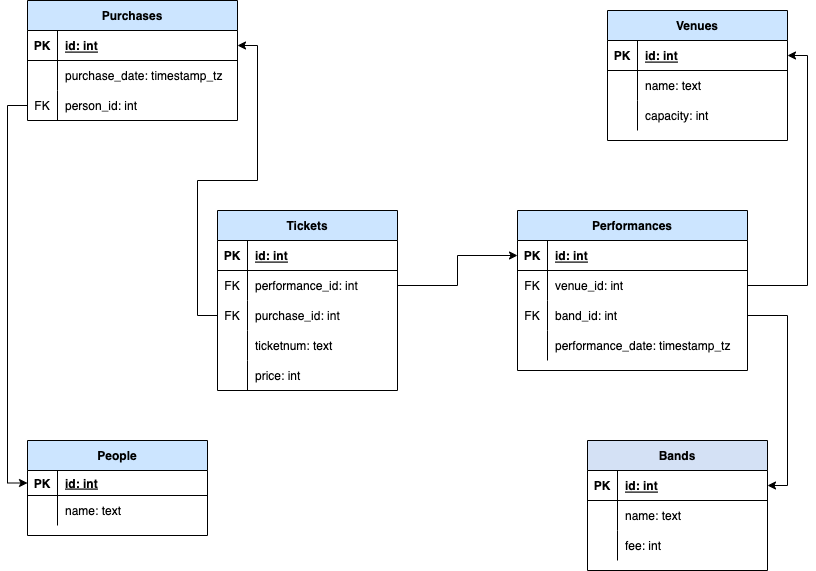
Earlier version of the draw.io export images/FestivalERD.png (chipzx92/DataEngineeringI320). Source tidied: cells renumbered, new cells last; positions are measured from the earlier drawing's top-left corner, leaving out a move shared by most shapes. Source of this version:
```xml
<mxGraphModel>
  <root>
    <mxCell id="0" />
    <mxCell id="1" parent="0" />
    <mxCell id="2" value="Bands" style="shape=table;startSize=30;rowLines=0;fontStyle=1;align=center;fillColor=#D4E1F5;" parent="1" vertex="1">
      <mxGeometry x="560" y="440" width="180" height="130" as="geometry" />
    </mxCell>
    <mxCell id="3" style="shape=tableRow;horizontal=0;startSize=0;swimlaneHead=0;swimlaneBody=0;fillColor=none;points=[[0,0.5],[1,0.5]];portConstraint=eastwest;top=0;left=0;right=0;bottom=1;" parent="2" vertex="1">
      <mxGeometry y="30" width="180" height="30" as="geometry" />
    </mxCell>
    <mxCell id="4" value="PK" style="shape=partialRectangle;fillColor=none;top=0;left=0;bottom=0;right=0;fontStyle=1;overflow=hidden;" parent="3" vertex="1">
      <mxGeometry width="30" height="30" as="geometry" />
    </mxCell>
    <mxCell id="5" value="id: int" style="shape=partialRectangle;fillColor=none;top=0;left=0;bottom=0;right=0;align=left;spacingLeft=6;fontStyle=5;overflow=hidden;" parent="3" vertex="1">
      <mxGeometry x="30" width="150" height="30" as="geometry" />
    </mxCell>
    <mxCell id="6" style="shape=tableRow;horizontal=0;startSize=0;swimlaneHead=0;swimlaneBody=0;fillColor=none;top=0;left=0;right=0;bottom=0;" parent="2" vertex="1">
      <mxGeometry y="60" width="180" height="30" as="geometry" />
    </mxCell>
    <mxCell id="7" style="shape=partialRectangle;fillColor=none;top=0;left=0;bottom=0;right=0;overflow=hidden;" parent="6" vertex="1">
      <mxGeometry width="30" height="30" as="geometry" />
    </mxCell>
    <mxCell id="8" value="name: text" style="shape=partialRectangle;fillColor=none;top=0;left=0;bottom=0;right=0;align=left;spacingLeft=6;overflow=hidden;" parent="6" vertex="1">
      <mxGeometry x="30" width="150" height="30" as="geometry" />
    </mxCell>
    <mxCell id="9" style="shape=tableRow;horizontal=0;startSize=0;swimlaneHead=0;swimlaneBody=0;fillColor=none;top=0;left=0;right=0;bottom=0;" parent="2" vertex="1">
      <mxGeometry y="90" width="180" height="30" as="geometry" />
    </mxCell>
    <mxCell id="10" style="shape=partialRectangle;fillColor=none;top=0;left=0;bottom=0;right=0;overflow=hidden;" parent="9" vertex="1">
      <mxGeometry width="30" height="30" as="geometry" />
    </mxCell>
    <mxCell id="11" value="fee: int" style="shape=partialRectangle;fillColor=none;top=0;left=0;bottom=0;right=0;align=left;spacingLeft=6;overflow=hidden;" parent="9" vertex="1">
      <mxGeometry x="30" width="150" height="30" as="geometry" />
    </mxCell>
    <mxCell id="12" value="Venues" style="shape=table;startSize=30;rowLines=0;fontStyle=1;align=center;fillColor=#CCE5FF;" parent="1" vertex="1">
      <mxGeometry x="580" y="10" width="180" height="130" as="geometry" />
    </mxCell>
    <mxCell id="13" style="shape=tableRow;horizontal=0;startSize=0;swimlaneHead=0;swimlaneBody=0;fillColor=none;points=[[0,0.5],[1,0.5]];portConstraint=eastwest;top=0;left=0;right=0;bottom=1;" parent="12" vertex="1">
      <mxGeometry y="30" width="180" height="30" as="geometry" />
    </mxCell>
    <mxCell id="14" value="PK" style="shape=partialRectangle;fillColor=none;top=0;left=0;bottom=0;right=0;fontStyle=1;overflow=hidden;" parent="13" vertex="1">
      <mxGeometry width="30" height="30" as="geometry" />
    </mxCell>
    <mxCell id="15" value="id: int" style="shape=partialRectangle;fillColor=none;top=0;left=0;bottom=0;right=0;align=left;spacingLeft=6;fontStyle=5;overflow=hidden;" parent="13" vertex="1">
      <mxGeometry x="30" width="150" height="30" as="geometry" />
    </mxCell>
    <mxCell id="16" style="shape=tableRow;horizontal=0;startSize=0;swimlaneHead=0;swimlaneBody=0;fillColor=none;top=0;left=0;right=0;bottom=0;" parent="12" vertex="1">
      <mxGeometry y="60" width="180" height="30" as="geometry" />
    </mxCell>
    <mxCell id="17" style="shape=partialRectangle;fillColor=none;top=0;left=0;bottom=0;right=0;overflow=hidden;" parent="16" vertex="1">
      <mxGeometry width="30" height="30" as="geometry" />
    </mxCell>
    <mxCell id="18" value="name: text" style="shape=partialRectangle;fillColor=none;top=0;left=0;bottom=0;right=0;align=left;spacingLeft=6;overflow=hidden;" parent="16" vertex="1">
      <mxGeometry x="30" width="150" height="30" as="geometry" />
    </mxCell>
    <mxCell id="19" style="shape=tableRow;horizontal=0;startSize=0;swimlaneHead=0;swimlaneBody=0;fillColor=none;top=0;left=0;right=0;bottom=0;" parent="12" vertex="1">
      <mxGeometry y="90" width="180" height="30" as="geometry" />
    </mxCell>
    <mxCell id="20" style="shape=partialRectangle;fillColor=none;top=0;left=0;bottom=0;right=0;overflow=hidden;" parent="19" vertex="1">
      <mxGeometry width="30" height="30" as="geometry" />
    </mxCell>
    <mxCell id="21" value="capacity: int" style="shape=partialRectangle;fillColor=none;top=0;left=0;bottom=0;right=0;align=left;spacingLeft=6;overflow=hidden;" parent="19" vertex="1">
      <mxGeometry x="30" width="150" height="30" as="geometry" />
    </mxCell>
    <mxCell id="22" value="Performances" style="shape=table;startSize=30;rowLines=0;fontStyle=1;align=center;fillColor=#CCE5FF;" parent="1" vertex="1">
      <mxGeometry x="490" y="210" width="230" height="160" as="geometry" />
    </mxCell>
    <mxCell id="23" style="shape=tableRow;horizontal=0;startSize=0;swimlaneHead=0;swimlaneBody=0;fillColor=none;points=[[0,0.5],[1,0.5]];portConstraint=eastwest;top=0;left=0;right=0;bottom=1;" parent="22" vertex="1">
      <mxGeometry y="30" width="230" height="30" as="geometry" />
    </mxCell>
    <mxCell id="24" value="PK" style="shape=partialRectangle;fillColor=none;top=0;left=0;bottom=0;right=0;fontStyle=1;overflow=hidden;" parent="23" vertex="1">
      <mxGeometry width="30" height="30" as="geometry" />
    </mxCell>
    <mxCell id="25" value="id: int" style="shape=partialRectangle;fillColor=none;top=0;left=0;bottom=0;right=0;align=left;spacingLeft=6;fontStyle=5;overflow=hidden;" parent="23" vertex="1">
      <mxGeometry x="30" width="200" height="30" as="geometry" />
    </mxCell>
    <mxCell id="26" style="shape=tableRow;horizontal=0;startSize=0;swimlaneHead=0;swimlaneBody=0;fillColor=none;points=[[0,0.5],[1,0.5]];portConstraint=eastwest;top=0;left=0;right=0;bottom=0;" parent="22" vertex="1">
      <mxGeometry y="60" width="230" height="30" as="geometry" />
    </mxCell>
    <mxCell id="27" value="FK" style="shape=partialRectangle;fillColor=none;top=0;left=0;bottom=0;right=0;overflow=hidden;" parent="26" vertex="1">
      <mxGeometry width="30" height="30" as="geometry" />
    </mxCell>
    <mxCell id="28" value="venue_id: int" style="shape=partialRectangle;fillColor=none;top=0;left=0;bottom=0;right=0;align=left;spacingLeft=6;overflow=hidden;" parent="26" vertex="1">
      <mxGeometry x="30" width="200" height="30" as="geometry" />
    </mxCell>
    <mxCell id="29" style="shape=tableRow;horizontal=0;startSize=0;swimlaneHead=0;swimlaneBody=0;fillColor=none;points=[[0,0.5],[1,0.5]];portConstraint=eastwest;top=0;left=0;right=0;bottom=0;" parent="22" vertex="1">
      <mxGeometry y="90" width="230" height="30" as="geometry" />
    </mxCell>
    <mxCell id="30" value="FK" style="shape=partialRectangle;fillColor=none;top=0;left=0;bottom=0;right=0;overflow=hidden;" parent="29" vertex="1">
      <mxGeometry width="30" height="30" as="geometry" />
    </mxCell>
    <mxCell id="31" value="band_id: int" style="shape=partialRectangle;fillColor=none;top=0;left=0;bottom=0;right=0;align=left;spacingLeft=6;overflow=hidden;" parent="29" vertex="1">
      <mxGeometry x="30" width="200" height="30" as="geometry" />
    </mxCell>
    <mxCell id="32" style="shape=tableRow;horizontal=0;startSize=0;swimlaneHead=0;swimlaneBody=0;fillColor=none;top=0;left=0;right=0;bottom=0;" parent="22" vertex="1">
      <mxGeometry y="120" width="230" height="30" as="geometry" />
    </mxCell>
    <mxCell id="33" style="shape=partialRectangle;fillColor=none;top=0;left=0;bottom=0;right=0;overflow=hidden;" parent="32" vertex="1">
      <mxGeometry width="30" height="30" as="geometry" />
    </mxCell>
    <mxCell id="34" value="performance_date: timestamp_tz" style="shape=partialRectangle;fillColor=none;top=0;left=0;bottom=0;right=0;align=left;spacingLeft=6;overflow=hidden;" parent="32" vertex="1">
      <mxGeometry x="30" width="200" height="30" as="geometry" />
    </mxCell>
    <mxCell id="35" value="Tickets" style="shape=table;startSize=30;rowLines=0;fontStyle=1;align=center;fillColor=#CCE5FF;" parent="1" vertex="1">
      <mxGeometry x="190" y="210" width="180" height="180" as="geometry" />
    </mxCell>
    <mxCell id="36" style="shape=tableRow;horizontal=0;startSize=0;swimlaneHead=0;swimlaneBody=0;fillColor=none;top=0;left=0;right=0;bottom=1;" parent="35" vertex="1">
      <mxGeometry y="30" width="180" height="30" as="geometry" />
    </mxCell>
    <mxCell id="37" value="PK" style="shape=partialRectangle;fillColor=none;top=0;left=0;bottom=0;right=0;fontStyle=1;overflow=hidden;" parent="36" vertex="1">
      <mxGeometry width="30" height="30" as="geometry" />
    </mxCell>
    <mxCell id="38" value="id: int" style="shape=partialRectangle;fillColor=none;top=0;left=0;bottom=0;right=0;align=left;spacingLeft=6;fontStyle=5;overflow=hidden;" parent="36" vertex="1">
      <mxGeometry x="30" width="150" height="30" as="geometry" />
    </mxCell>
    <mxCell id="39" style="shape=tableRow;horizontal=0;startSize=0;swimlaneHead=0;swimlaneBody=0;fillColor=none;points=[[0,0.5],[1,0.5]];portConstraint=eastwest;top=0;left=0;right=0;bottom=0;" parent="35" vertex="1">
      <mxGeometry y="60" width="180" height="30" as="geometry" />
    </mxCell>
    <mxCell id="40" value="FK" style="shape=partialRectangle;fillColor=none;top=0;left=0;bottom=0;right=0;overflow=hidden;" parent="39" vertex="1">
      <mxGeometry width="30" height="30" as="geometry" />
    </mxCell>
    <mxCell id="41" value="performance_id: int" style="shape=partialRectangle;fillColor=none;top=0;left=0;bottom=0;right=0;align=left;spacingLeft=6;overflow=hidden;" parent="39" vertex="1">
      <mxGeometry x="30" width="150" height="30" as="geometry" />
    </mxCell>
    <mxCell id="42" style="shape=tableRow;horizontal=0;startSize=0;swimlaneHead=0;swimlaneBody=0;fillColor=none;points=[[0,0.5],[1,0.5]];portConstraint=eastwest;top=0;left=0;right=0;bottom=0;" parent="35" vertex="1">
      <mxGeometry y="90" width="180" height="30" as="geometry" />
    </mxCell>
    <mxCell id="43" value="FK" style="shape=partialRectangle;fillColor=none;top=0;left=0;bottom=0;right=0;overflow=hidden;" parent="42" vertex="1">
      <mxGeometry width="30" height="30" as="geometry" />
    </mxCell>
    <mxCell id="44" value="purchase_id: int" style="shape=partialRectangle;fillColor=none;top=0;left=0;bottom=0;right=0;align=left;spacingLeft=6;overflow=hidden;" parent="42" vertex="1">
      <mxGeometry x="30" width="150" height="30" as="geometry" />
    </mxCell>
    <mxCell id="45" style="shape=tableRow;horizontal=0;startSize=0;swimlaneHead=0;swimlaneBody=0;fillColor=none;top=0;left=0;right=0;bottom=0;" parent="35" vertex="1">
      <mxGeometry y="120" width="180" height="30" as="geometry" />
    </mxCell>
    <mxCell id="46" style="shape=partialRectangle;fillColor=none;top=0;left=0;bottom=0;right=0;overflow=hidden;" parent="45" vertex="1">
      <mxGeometry width="30" height="30" as="geometry" />
    </mxCell>
    <mxCell id="47" value="ticketnum: text" style="shape=partialRectangle;fillColor=none;top=0;left=0;bottom=0;right=0;align=left;spacingLeft=6;overflow=hidden;" parent="45" vertex="1">
      <mxGeometry x="30" width="150" height="30" as="geometry" />
    </mxCell>
    <mxCell id="48" style="shape=tableRow;horizontal=0;startSize=0;swimlaneHead=0;swimlaneBody=0;fillColor=none;top=0;left=0;right=0;bottom=0;" parent="35" vertex="1">
      <mxGeometry y="150" width="180" height="30" as="geometry" />
    </mxCell>
    <mxCell id="49" style="shape=partialRectangle;fillColor=none;top=0;left=0;bottom=0;right=0;overflow=hidden;" parent="48" vertex="1">
      <mxGeometry width="30" height="30" as="geometry" />
    </mxCell>
    <mxCell id="50" value="price: int" style="shape=partialRectangle;fillColor=none;top=0;left=0;bottom=0;right=0;align=left;spacingLeft=6;overflow=hidden;" parent="48" vertex="1">
      <mxGeometry x="30" width="150" height="30" as="geometry" />
    </mxCell>
    <mxCell id="51" value="Purchases" style="shape=table;startSize=30;rowLines=0;fontStyle=1;align=center;fillColor=#CCE5FF;" parent="1" vertex="1">
      <mxGeometry width="210" height="120" as="geometry" />
    </mxCell>
    <mxCell id="52" style="shape=tableRow;horizontal=0;startSize=0;swimlaneHead=0;swimlaneBody=0;fillColor=none;points=[[0,0.5],[1,0.5]];portConstraint=eastwest;top=0;left=0;right=0;bottom=1;" parent="51" vertex="1">
      <mxGeometry y="30" width="210" height="30" as="geometry" />
    </mxCell>
    <mxCell id="53" value="PK" style="shape=partialRectangle;fillColor=none;top=0;left=0;bottom=0;right=0;fontStyle=1;overflow=hidden;" parent="52" vertex="1">
      <mxGeometry width="30" height="30" as="geometry" />
    </mxCell>
    <mxCell id="54" value="id: int" style="shape=partialRectangle;fillColor=none;top=0;left=0;bottom=0;right=0;align=left;spacingLeft=6;fontStyle=5;overflow=hidden;" parent="52" vertex="1">
      <mxGeometry x="30" width="180" height="30" as="geometry" />
    </mxCell>
    <mxCell id="55" style="shape=tableRow;horizontal=0;startSize=0;swimlaneHead=0;swimlaneBody=0;fillColor=none;top=0;left=0;right=0;bottom=0;" parent="51" vertex="1">
      <mxGeometry y="60" width="210" height="30" as="geometry" />
    </mxCell>
    <mxCell id="56" style="shape=partialRectangle;fillColor=none;top=0;left=0;bottom=0;right=0;overflow=hidden;" parent="55" vertex="1">
      <mxGeometry width="30" height="30" as="geometry" />
    </mxCell>
    <mxCell id="57" value="purchase_date: timestamp_tz" style="shape=partialRectangle;fillColor=none;top=0;left=0;bottom=0;right=0;align=left;spacingLeft=6;overflow=hidden;" parent="55" vertex="1">
      <mxGeometry x="30" width="180" height="30" as="geometry" />
    </mxCell>
    <mxCell id="58" style="shape=tableRow;horizontal=0;startSize=0;swimlaneHead=0;swimlaneBody=0;fillColor=none;points=[[0,0.5],[1,0.5]];portConstraint=eastwest;top=0;left=0;right=0;bottom=0;" parent="51" vertex="1">
      <mxGeometry y="90" width="210" height="30" as="geometry" />
    </mxCell>
    <mxCell id="59" value="FK" style="shape=partialRectangle;fillColor=none;top=0;left=0;bottom=0;right=0;overflow=hidden;" parent="58" vertex="1">
      <mxGeometry width="30" height="30" as="geometry" />
    </mxCell>
    <mxCell id="60" value="person_id: int" style="shape=partialRectangle;fillColor=none;top=0;left=0;bottom=0;right=0;align=left;spacingLeft=6;overflow=hidden;" parent="58" vertex="1">
      <mxGeometry x="30" width="180" height="30" as="geometry" />
    </mxCell>
    <mxCell id="61" value="People" style="shape=table;startSize=30;rowLines=0;fontStyle=1;align=center;fillColor=#CCE5FF;" parent="1" vertex="1">
      <mxGeometry y="440" width="180" height="95" as="geometry" />
    </mxCell>
    <mxCell id="62" style="shape=tableRow;horizontal=0;startSize=0;swimlaneHead=0;swimlaneBody=0;fillColor=none;points=[[0,0.5],[1,0.5]];portConstraint=eastwest;top=0;left=0;right=0;bottom=1;" parent="61" vertex="1">
      <mxGeometry y="30" width="180" height="25" as="geometry" />
    </mxCell>
    <mxCell id="63" value="PK" style="shape=partialRectangle;fillColor=none;top=0;left=0;bottom=0;right=0;fontStyle=1;overflow=hidden;" parent="62" vertex="1">
      <mxGeometry width="30" height="25" as="geometry" />
    </mxCell>
    <mxCell id="64" value="id: int" style="shape=partialRectangle;fillColor=none;top=0;left=0;bottom=0;right=0;align=left;spacingLeft=6;fontStyle=5;overflow=hidden;" parent="62" vertex="1">
      <mxGeometry x="30" width="150" height="25" as="geometry" />
    </mxCell>
    <mxCell id="65" style="shape=tableRow;horizontal=0;startSize=0;swimlaneHead=0;swimlaneBody=0;fillColor=none;top=0;left=0;right=0;bottom=0;" parent="61" vertex="1">
      <mxGeometry y="55" width="180" height="30" as="geometry" />
    </mxCell>
    <mxCell id="66" style="shape=partialRectangle;fillColor=none;top=0;left=0;bottom=0;right=0;overflow=hidden;" parent="65" vertex="1">
      <mxGeometry width="30" height="30" as="geometry" />
    </mxCell>
    <mxCell id="67" value="name: text" style="shape=partialRectangle;fillColor=none;top=0;left=0;bottom=0;right=0;align=left;spacingLeft=6;overflow=hidden;" parent="65" vertex="1">
      <mxGeometry x="30" width="150" height="30" as="geometry" />
    </mxCell>
    <mxCell id="68" style="edgeStyle=orthogonalEdgeStyle;rounded=0;jettySize=auto;html=1;entryX=1;entryY=0.5;entryDx=0;entryDy=0;" parent="1" edge="1" source="42" target="52">
      <mxGeometry relative="1" as="geometry" />
    </mxCell>
    <mxCell id="69" style="edgeStyle=orthogonalEdgeStyle;rounded=0;jettySize=auto;html=1;entryX=0;entryY=0.5;entryDx=0;entryDy=0;" parent="1" edge="1" source="58" target="62">
      <mxGeometry relative="1" as="geometry" />
    </mxCell>
    <mxCell id="70" style="edgeStyle=orthogonalEdgeStyle;rounded=0;jettySize=auto;html=1;entryX=0;entryY=0.5;entryDx=0;entryDy=0;" parent="1" edge="1" source="39" target="23">
      <mxGeometry relative="1" as="geometry" />
    </mxCell>
    <mxCell id="71" style="edgeStyle=orthogonalEdgeStyle;rounded=0;jettySize=auto;html=1;entryX=1;entryY=0.5;entryDx=0;entryDy=0;" parent="1" edge="1" source="26" target="13">
      <mxGeometry relative="1" as="geometry" />
    </mxCell>
    <mxCell id="72" style="edgeStyle=orthogonalEdgeStyle;rounded=0;jettySize=auto;html=1;entryX=1;entryY=0.5;entryDx=0;entryDy=0;" parent="1" edge="1" source="29" target="3">
      <mxGeometry relative="1" as="geometry" />
    </mxCell>
  </root>
</mxGraphModel>
```
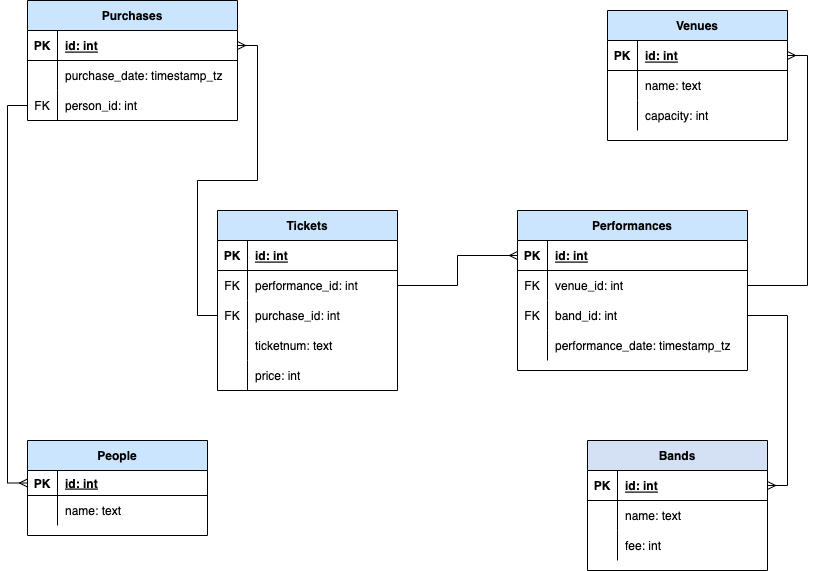
After the commit.

Commit message:
Updated with crows feet as connectors, to match star schema

Change to the diagram source:
```diff
@@ -200,19 +200,19 @@
     <mxCell id="67" value="name: text" style="shape=partialRectangle;fillColor=none;top=0;left=0;bottom=0;right=0;align=left;spacingLeft=6;overflow=hidden;" parent="65" vertex="1">
       <mxGeometry x="30" width="150" height="30" as="geometry" />
     </mxCell>
-    <mxCell id="68" style="edgeStyle=orthogonalEdgeStyle;rounded=0;jettySize=auto;html=1;entryX=1;entryY=0.5;entryDx=0;entryDy=0;" parent="1" edge="1" source="42" target="52">
+    <mxCell id="68" style="edgeStyle=orthogonalEdgeStyle;rounded=0;jettySize=auto;html=1;entryX=1;entryY=0.5;entryDx=0;entryDy=0;endArrow=ERmany;endFill=0;" parent="1" edge="1" source="42" target="52">
       <mxGeometry relative="1" as="geometry" />
     </mxCell>
-    <mxCell id="69" style="edgeStyle=orthogonalEdgeStyle;rounded=0;jettySize=auto;html=1;entryX=0;entryY=0.5;entryDx=0;entryDy=0;" parent="1" edge="1" source="58" target="62">
+    <mxCell id="69" style="edgeStyle=orthogonalEdgeStyle;rounded=0;jettySize=auto;html=1;entryX=0;entryY=0.5;entryDx=0;entryDy=0;endArrow=ERmany;endFill=0;" parent="1" edge="1" source="58" target="62">
       <mxGeometry relative="1" as="geometry" />
     </mxCell>
-    <mxCell id="70" style="edgeStyle=orthogonalEdgeStyle;rounded=0;jettySize=auto;html=1;entryX=0;entryY=0.5;entryDx=0;entryDy=0;" parent="1" edge="1" source="39" target="23">
+    <mxCell id="70" style="edgeStyle=orthogonalEdgeStyle;rounded=0;jettySize=auto;html=1;entryX=0;entryY=0.5;entryDx=0;entryDy=0;endArrow=ERmany;endFill=0;" parent="1" edge="1" source="39" target="23">
       <mxGeometry relative="1" as="geometry" />
     </mxCell>
-    <mxCell id="71" style="edgeStyle=orthogonalEdgeStyle;rounded=0;jettySize=auto;html=1;entryX=1;entryY=0.5;entryDx=0;entryDy=0;" parent="1" edge="1" source="26" target="13">
+    <mxCell id="71" style="edgeStyle=orthogonalEdgeStyle;rounded=0;jettySize=auto;html=1;entryX=1;entryY=0.5;entryDx=0;entryDy=0;endArrow=ERmany;endFill=0;" parent="1" edge="1" source="26" target="13">
       <mxGeometry relative="1" as="geometry" />
     </mxCell>
-    <mxCell id="72" style="edgeStyle=orthogonalEdgeStyle;rounded=0;jettySize=auto;html=1;entryX=1;entryY=0.5;entryDx=0;entryDy=0;" parent="1" edge="1" source="29" target="3">
+    <mxCell id="72" style="edgeStyle=orthogonalEdgeStyle;rounded=0;jettySize=auto;html=1;entryX=1;entryY=0.5;entryDx=0;entryDy=0;endArrow=ERmany;endFill=0;" parent="1" edge="1" source="29" target="3">
       <mxGeometry relative="1" as="geometry" />
     </mxCell>
   </root>
```
